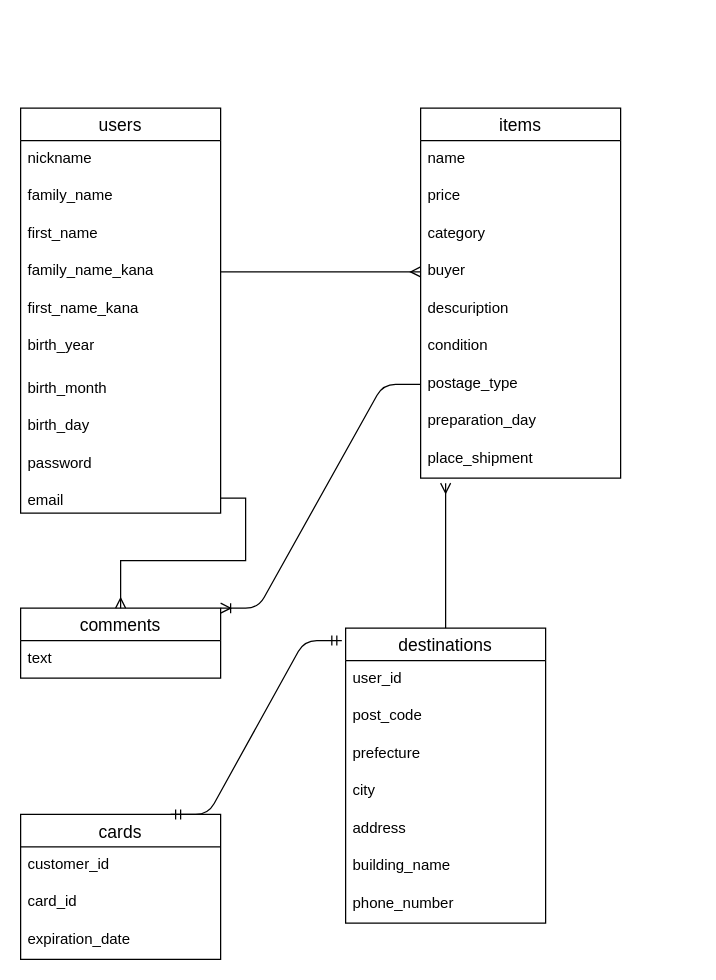
Earlier version of the draw.io diagram furima.dio (nana-ikegami/furima-35082). Source tidied: cells renumbered, new cells numbered last; positions are measured from the earlier drawing's top-left corner, leaving out a move shared by most shapes. Both pictures are drawn from the tidied source at 125%, with x=0, y=0 at pixel (20, 108).
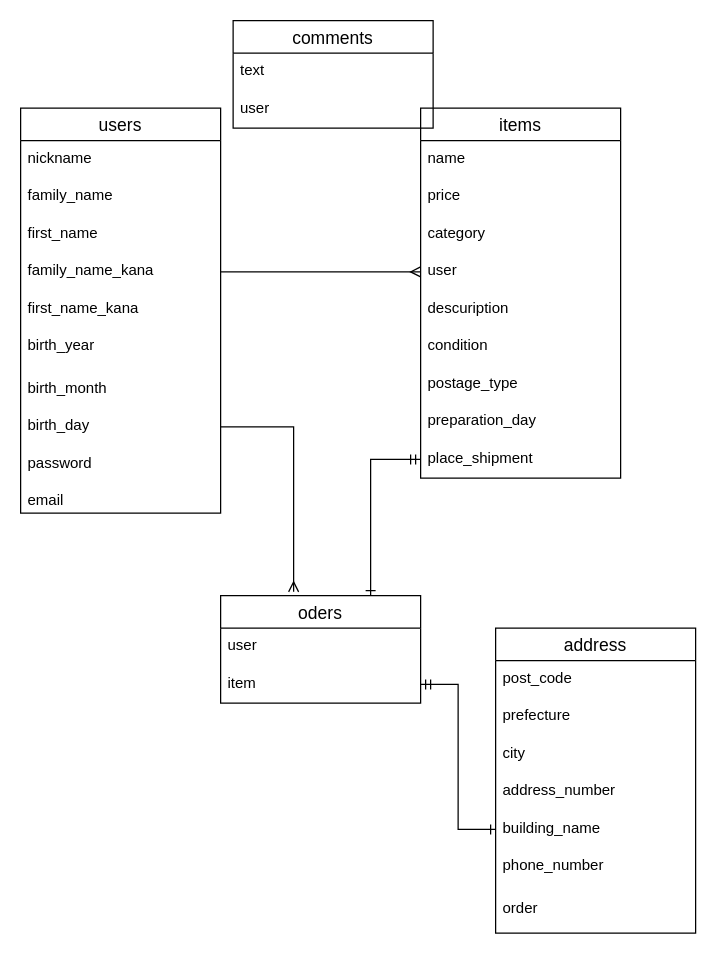
The same page after the edit.

Unchanged cells that the change refers to:
```xml
<mxCell id="10" value="birth_day" style="text;strokeColor=none;fillColor=none;spacingLeft=4;spacingRight=4;overflow=hidden;points=[[0,0.5],[1,0.5]];portConstraint=eastwest;fontSize=12;" parent="2" vertex="1">
  <mxGeometry y="240" width="160" height="30" as="geometry" />
</mxCell>
<mxCell id="12" value="email" style="text;strokeColor=none;fillColor=none;spacingLeft=4;spacingRight=4;overflow=hidden;points=[[0,0.5],[1,0.5]];portConstraint=eastwest;fontSize=12;" parent="2" vertex="1">
  <mxGeometry y="300" width="160" height="24" as="geometry" />
</mxCell>
<mxCell id="13" value="items" style="swimlane;fontStyle=0;horizontal=1;startSize=26;align=center;fontSize=14;" parent="1" vertex="1">
  <mxGeometry x="320" width="160" height="296" as="geometry" />
</mxCell>
<mxCell id="20" value="postage_type" style="text;strokeColor=none;fillColor=none;spacingLeft=4;spacingRight=4;overflow=hidden;points=[[0,0.5],[1,0.5]];portConstraint=eastwest;fontSize=12;" parent="13" vertex="1">
  <mxGeometry y="206" width="160" height="30" as="geometry" />
</mxCell>
<mxCell id="22" value="place_shipment" style="text;strokeColor=none;fillColor=none;spacingLeft=4;spacingRight=4;overflow=hidden;points=[[0,0.5],[1,0.5]];portConstraint=eastwest;fontSize=12;" parent="13" vertex="1">
  <mxGeometry y="266" width="160" height="30" as="geometry" />
</mxCell>
```

Diff of the diagram source:
```diff
@@
-    <mxCell id="17" value="buyer" style="text;strokeColor=none;fillColor=none;spacingLeft=4;spacingRight=4;overflow=hidden;points=[[0,0.5],[1,0.5]];portConstraint=eastwest;fontSize=12;" parent="13" vertex="1">
+    <mxCell id="17" value="user" style="text;strokeColor=none;fillColor=none;spacingLeft=4;spacingRight=4;overflow=hidden;points=[[0,0.5],[1,0.5]];portConstraint=eastwest;fontSize=12;" parent="13" vertex="1">
       <mxGeometry y="116" width="160" height="30" as="geometry" />
     </mxCell>
@@
     <mxCell id="23" value="comments" style="swimlane;fontStyle=0;horizontal=1;startSize=26;align=center;fontSize=14;" parent="1" vertex="1">
-      <mxGeometry y="400" width="160" height="56" as="geometry" />
+      <mxGeometry x="170" y="-70" width="160" height="86" as="geometry" />
     </mxCell>
@@
-    <mxCell id="25" value="cards" style="swimlane;fontStyle=0;horizontal=1;startSize=26;align=center;fontSize=14;" parent="1" vertex="1">
-      <mxGeometry y="565" width="160" height="116" as="geometry" />
-    </mxCell>
-    <mxCell id="26" value="customer_id" style="text;strokeColor=none;fillColor=none;spacingLeft=4;spacingRight=4;overflow=hidden;fontSize=12;" parent="25" vertex="1">
-      <mxGeometry y="26" width="160" height="30" as="geometry" />
-    </mxCell>
-    <mxCell id="27" value="card_id" style="text;strokeColor=none;fillColor=none;spacingLeft=4;spacingRight=4;overflow=hidden;fontSize=12;" parent="25" vertex="1">
-      <mxGeometry y="56" width="160" height="30" as="geometry" />
-    </mxCell>
-    <mxCell id="28" value="expiration_date" style="text;strokeColor=none;fillColor=none;spacingLeft=4;spacingRight=4;overflow=hidden;fontSize=12;" parent="25" vertex="1">
-      <mxGeometry y="86" width="160" height="30" as="geometry" />
-    </mxCell>
-    <mxCell id="29" style="edgeStyle=orthogonalEdgeStyle;rounded=0;jettySize=auto;html=1;exitX=0.5;exitY=0;exitDx=0;exitDy=0;endArrow=ERmany;endFill=0;" parent="1" edge="1" source="30">
-      <mxGeometry relative="1" as="geometry">
-        <mxPoint x="340" y="300" as="targetPoint" />
-      </mxGeometry>
-    </mxCell>
+    <mxCell id="42" value="user" style="text;strokeColor=none;fillColor=none;spacingLeft=4;spacingRight=4;overflow=hidden;fontSize=12;" parent="23" vertex="1">
+      <mxGeometry y="56" width="160" height="30" as="geometry" />
+    </mxCell>
-    <mxCell id="30" value="destinations" style="swimlane;fontStyle=0;horizontal=1;startSize=26;align=center;fontSize=14;" parent="1" vertex="1">
-      <mxGeometry x="260" y="416" width="160" height="236" as="geometry" />
+    <mxCell id="30" value="address" style="swimlane;fontStyle=0;horizontal=1;startSize=26;align=center;fontSize=14;" parent="1" vertex="1">
+      <mxGeometry x="380" y="416" width="160" height="244" as="geometry" />
     </mxCell>
-    <mxCell id="31" value="user_id" style="text;strokeColor=none;fillColor=none;spacingLeft=4;spacingRight=4;overflow=hidden;fontSize=12;" parent="30" vertex="1">
-      <mxGeometry y="26" width="160" height="30" as="geometry" />
-    </mxCell>
     <mxCell id="32" value="post_code" style="text;strokeColor=none;fillColor=none;spacingLeft=4;spacingRight=4;overflow=hidden;fontSize=12;" parent="30" vertex="1">
-      <mxGeometry y="56" width="160" height="30" as="geometry" />
+      <mxGeometry y="26" width="160" height="30" as="geometry" />
     </mxCell>
     <mxCell id="33" value="prefecture" style="text;strokeColor=none;fillColor=none;spacingLeft=4;spacingRight=4;overflow=hidden;fontSize=12;" parent="30" vertex="1">
-      <mxGeometry y="86" width="160" height="30" as="geometry" />
+      <mxGeometry y="56" width="160" height="30" as="geometry" />
     </mxCell>
     <mxCell id="34" value="city" style="text;strokeColor=none;fillColor=none;spacingLeft=4;spacingRight=4;overflow=hidden;fontSize=12;" parent="30" vertex="1">
-      <mxGeometry y="116" width="160" height="30" as="geometry" />
+      <mxGeometry y="86" width="160" height="30" as="geometry" />
     </mxCell>
-    <mxCell id="35" value="address" style="text;strokeColor=none;fillColor=none;spacingLeft=4;spacingRight=4;overflow=hidden;fontSize=12;" parent="30" vertex="1">
-      <mxGeometry y="146" width="160" height="30" as="geometry" />
+    <mxCell id="35" value="address_number" style="text;strokeColor=none;fillColor=none;spacingLeft=4;spacingRight=4;overflow=hidden;fontSize=12;" parent="30" vertex="1">
+      <mxGeometry y="116" width="160" height="30" as="geometry" />
     </mxCell>
     <mxCell id="36" value="building_name" style="text;strokeColor=none;fillColor=none;spacingLeft=4;spacingRight=4;overflow=hidden;points=[[0,0.5],[1,0.5]];portConstraint=eastwest;fontSize=12;" parent="30" vertex="1">
-      <mxGeometry y="176" width="160" height="30" as="geometry" />
+      <mxGeometry y="146" width="160" height="30" as="geometry" />
     </mxCell>
     <mxCell id="37" value="phone_number" style="text;strokeColor=none;fillColor=none;spacingLeft=4;spacingRight=4;overflow=hidden;fontSize=12;" parent="30" vertex="1">
-      <mxGeometry y="206" width="160" height="30" as="geometry" />
+      <mxGeometry y="176" width="160" height="34" as="geometry" />
     </mxCell>
-    <mxCell id="38" style="edgeStyle=orthogonalEdgeStyle;rounded=0;jettySize=auto;html=1;exitX=1;exitY=0.5;exitDx=0;exitDy=0;endArrow=ERmany;endFill=0;" parent="1" edge="1" source="12" target="23">
-      <mxGeometry relative="1" as="geometry" />
-    </mxCell>
+    <mxCell id="43" value="order" style="text;strokeColor=none;fillColor=none;spacingLeft=4;spacingRight=4;overflow=hidden;fontSize=12;" parent="30" vertex="1">
+      <mxGeometry y="210" width="160" height="34" as="geometry" />
+    </mxCell>
@@
-    <mxCell id="40" style="edgeStyle=entityRelationEdgeStyle;fontSize=12;html=1;endArrow=ERmandOne;startArrow=ERmandOne;exitX=0.75;exitY=0;exitDx=0;exitDy=0;entryX=-0.019;entryY=0.042;entryDx=0;entryDy=0;entryPerimeter=0;" parent="1" edge="1" source="25" target="30">
-      <mxGeometry relative="1" as="geometry" />
-    </mxCell>
-    <mxCell id="41" style="edgeStyle=entityRelationEdgeStyle;fontSize=12;html=1;endArrow=ERoneToMany;entryX=1;entryY=0;entryDx=0;entryDy=0;exitX=0;exitY=0.5;exitDx=0;exitDy=0;" parent="1" edge="1" source="20" target="23">
-      <mxGeometry relative="1" as="geometry" />
-    </mxCell>
+    <mxCell id="44" value="oders" style="swimlane;fontStyle=0;horizontal=1;startSize=26;align=center;fontSize=14;" parent="1" vertex="1">
+      <mxGeometry x="160" y="390" width="160" height="86" as="geometry" />
+    </mxCell>
+    <mxCell id="45" value="user" style="text;strokeColor=none;fillColor=none;spacingLeft=4;spacingRight=4;overflow=hidden;fontSize=12;" parent="44" vertex="1">
+      <mxGeometry y="26" width="160" height="30" as="geometry" />
+    </mxCell>
+    <mxCell id="46" value="item" style="text;strokeColor=none;fillColor=none;spacingLeft=4;spacingRight=4;overflow=hidden;points=[[0,0.5],[1,0.5]];portConstraint=eastwest;fontSize=12;" parent="44" vertex="1">
+      <mxGeometry y="56" width="160" height="30" as="geometry" />
+    </mxCell>
+    <mxCell id="47" style="edgeStyle=orthogonalEdgeStyle;rounded=0;jettySize=auto;html=1;exitX=1;exitY=0.5;exitDx=0;exitDy=0;entryX=0.365;entryY=-0.035;entryDx=0;entryDy=0;entryPerimeter=0;endArrow=ERmany;endFill=0;" parent="1" edge="1" source="10" target="44">
+      <mxGeometry relative="1" as="geometry" />
+    </mxCell>
+    <mxCell id="48" style="edgeStyle=orthogonalEdgeStyle;rounded=0;jettySize=auto;html=1;exitX=0;exitY=0.5;exitDx=0;exitDy=0;entryX=0.75;entryY=0;entryDx=0;entryDy=0;endArrow=ERone;endFill=0;startArrow=ERmandOne;startFill=0;" parent="1" edge="1" source="22" target="44">
+      <mxGeometry relative="1" as="geometry" />
+    </mxCell>
+    <mxCell id="49" style="edgeStyle=orthogonalEdgeStyle;rounded=0;jettySize=auto;html=1;exitX=1;exitY=0.5;exitDx=0;exitDy=0;entryX=0;entryY=0.5;entryDx=0;entryDy=0;endArrow=ERone;endFill=0;startArrow=ERmandOne;startFill=0;" parent="1" edge="1" source="46" target="36">
+      <mxGeometry relative="1" as="geometry" />
+    </mxCell>
```
